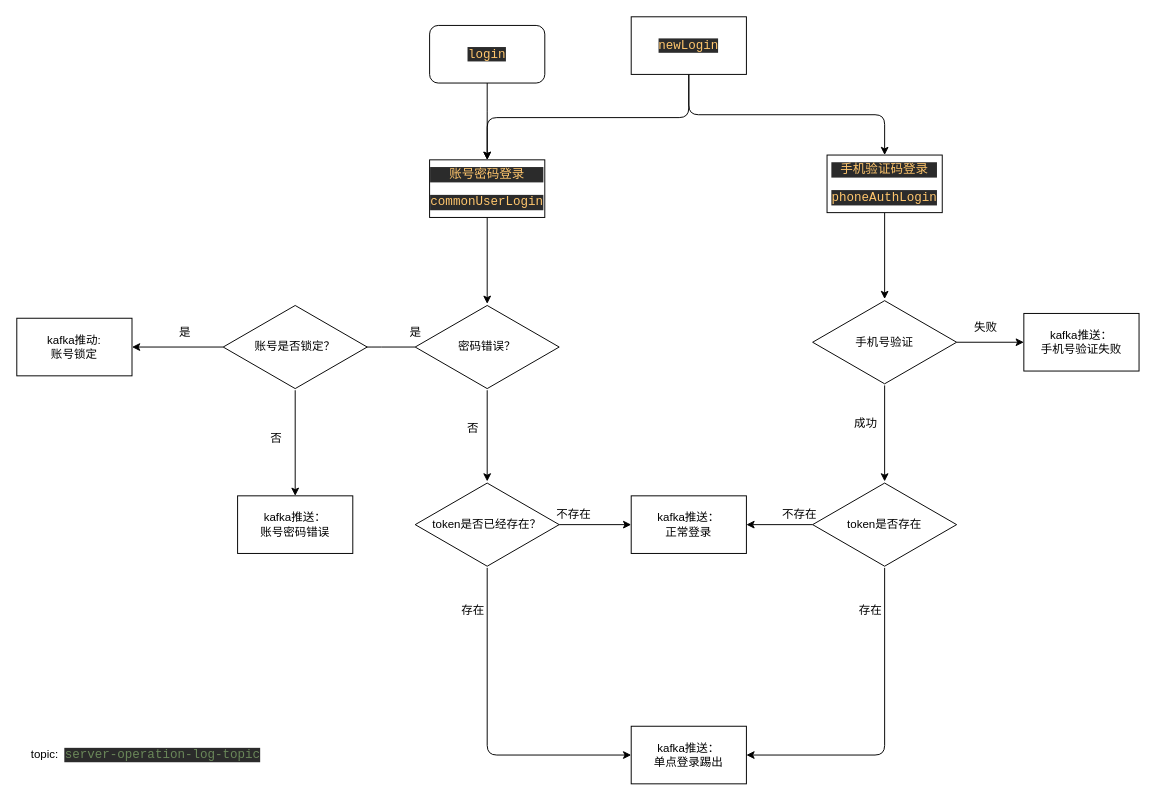
Before: page "操作日志-登录日志-kafka消息推送" (4 of 6) of 流程图.drawio in leotita2024/AbilityRpository, a draw.io diagram. Source tidied: cells renumbered, new cells numbered last; positions are measured from the earlier drawing's top-left corner, leaving out a move shared by most shapes. Both pictures are drawn from the tidied source at 96%, with x=0, y=0 at pixel (16, 16).
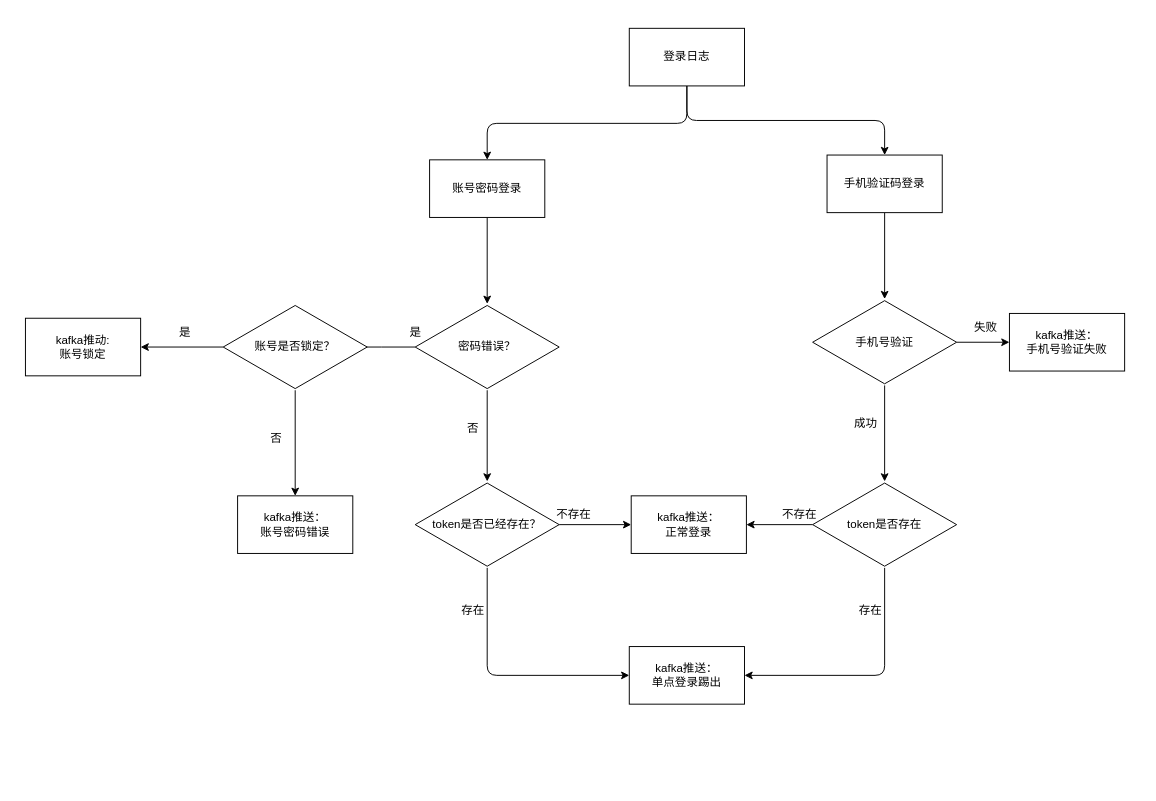
The same diagram, later.

Diff of the diagram source:
```diff
@@
-    <mxCell id="3" value="&lt;pre style=&quot;background-color: #2b2b2b ; color: #a9b7c6 ; font-family: &amp;#34;jetbrains mono&amp;#34; , monospace ; font-size: 9.8pt&quot;&gt;&lt;span style=&quot;color: #ffc66d&quot;&gt;账号密码登录&lt;/span&gt;&lt;/pre&gt;&lt;pre style=&quot;background-color: #2b2b2b ; color: #a9b7c6 ; font-family: &amp;#34;jetbrains mono&amp;#34; , monospace ; font-size: 9.8pt&quot;&gt;&lt;span style=&quot;color: #ffc66d&quot;&gt;commonUserLogin&lt;/span&gt;&lt;/pre&gt;" style="rounded=0;whiteSpace=wrap;html=1;" parent="1" vertex="1">
+    <mxCell id="3" value="账号密码登录" style="rounded=0;whiteSpace=wrap;html=1;" parent="1" vertex="1">
       <mxGeometry x="430" y="149" width="120" height="60" as="geometry" />
     </mxCell>
@@
-    <mxCell id="5" value="&lt;pre style=&quot;background-color: #2b2b2b ; color: #a9b7c6 ; font-family: &amp;#34;jetbrains mono&amp;#34; , monospace ; font-size: 9.8pt&quot;&gt;&lt;span style=&quot;color: #ffc66d&quot;&gt;手机验证码登录&lt;/span&gt;&lt;/pre&gt;&lt;pre style=&quot;background-color: #2b2b2b ; color: #a9b7c6 ; font-family: &amp;#34;jetbrains mono&amp;#34; , monospace ; font-size: 9.8pt&quot;&gt;&lt;span style=&quot;color: #ffc66d&quot;&gt;phoneAuthLogin&lt;/span&gt;&lt;/pre&gt;" style="rounded=0;whiteSpace=wrap;html=1;" parent="1" vertex="1">
+    <mxCell id="5" value="手机验证码登录" style="rounded=0;whiteSpace=wrap;html=1;" parent="1" vertex="1">
       <mxGeometry x="844" y="144" width="120" height="60" as="geometry" />
     </mxCell>
@@
     <mxCell id="14" value="kafka推动:&lt;br&gt;账号锁定" style="whiteSpace=wrap;html=1;" parent="1" vertex="1">
-      <mxGeometry y="314" width="120" height="60" as="geometry" />
+      <mxGeometry x="9" y="314" width="120" height="60" as="geometry" />
     </mxCell>
@@
     <mxCell id="21" value="kafka推送：&lt;br&gt;单点登录踢出" style="whiteSpace=wrap;html=1;" parent="1" vertex="1">
-      <mxGeometry x="640" y="739" width="120" height="60" as="geometry" />
+      <mxGeometry x="638" y="656" width="120" height="60" as="geometry" />
     </mxCell>
@@
     <mxCell id="28" value="kafka推送：&lt;br&gt;手机号验证失败" style="whiteSpace=wrap;html=1;" parent="1" vertex="1">
-      <mxGeometry x="1049" y="309" width="120" height="60" as="geometry" />
+      <mxGeometry x="1034" y="309" width="120" height="60" as="geometry" />
     </mxCell>
@@
-    <mxCell id="38" value="&lt;pre style=&quot;background-color: #2b2b2b ; color: #a9b7c6 ; font-family: &amp;#34;jetbrains mono&amp;#34; , monospace ; font-size: 9.8pt&quot;&gt;&lt;span style=&quot;color: #ffc66d&quot;&gt;newLogin&lt;/span&gt;&lt;/pre&gt;" style="rounded=0;whiteSpace=wrap;html=1;" parent="1" vertex="1">
-      <mxGeometry x="640" width="120" height="60" as="geometry" />
+    <mxCell id="38" value="登录日志" style="rounded=0;whiteSpace=wrap;html=1;" parent="1" vertex="1">
+      <mxGeometry x="638" y="12" width="120" height="60" as="geometry" />
     </mxCell>
-    <mxCell id="39" style="edgeStyle=elbowEdgeStyle;html=1;entryX=0.5;entryY=0;entryDx=0;entryDy=0;" parent="1" edge="1" source="40" target="3">
-      <mxGeometry relative="1" as="geometry" />
-    </mxCell>
-    <mxCell id="40" value="&lt;pre style=&quot;background-color: #2b2b2b ; color: #a9b7c6 ; font-family: &amp;#34;jetbrains mono&amp;#34; , monospace ; font-size: 9.8pt&quot;&gt;&lt;span style=&quot;color: #ffc66d&quot;&gt;login&lt;/span&gt;&lt;/pre&gt;" style="rounded=1;whiteSpace=wrap;html=1;" parent="1" vertex="1">
-      <mxGeometry x="430" y="9" width="120" height="60" as="geometry" />
-    </mxCell>
-    <mxCell id="41" value="topic:&amp;nbsp;&amp;nbsp;&lt;span style=&quot;color: rgb(106 , 135 , 89) ; background-color: rgb(43 , 43 , 43) ; font-family: &amp;#34;jetbrains mono&amp;#34; , monospace ; font-size: 9.8pt&quot;&gt;server-operation-log-topic&lt;/span&gt;" style="text;html=1;align=center;verticalAlign=middle;strokeColor=none;fillColor=none;" parent="1" vertex="1">
-      <mxGeometry x="19" y="759" width="230" height="20" as="geometry" />
-    </mxCell>
```
